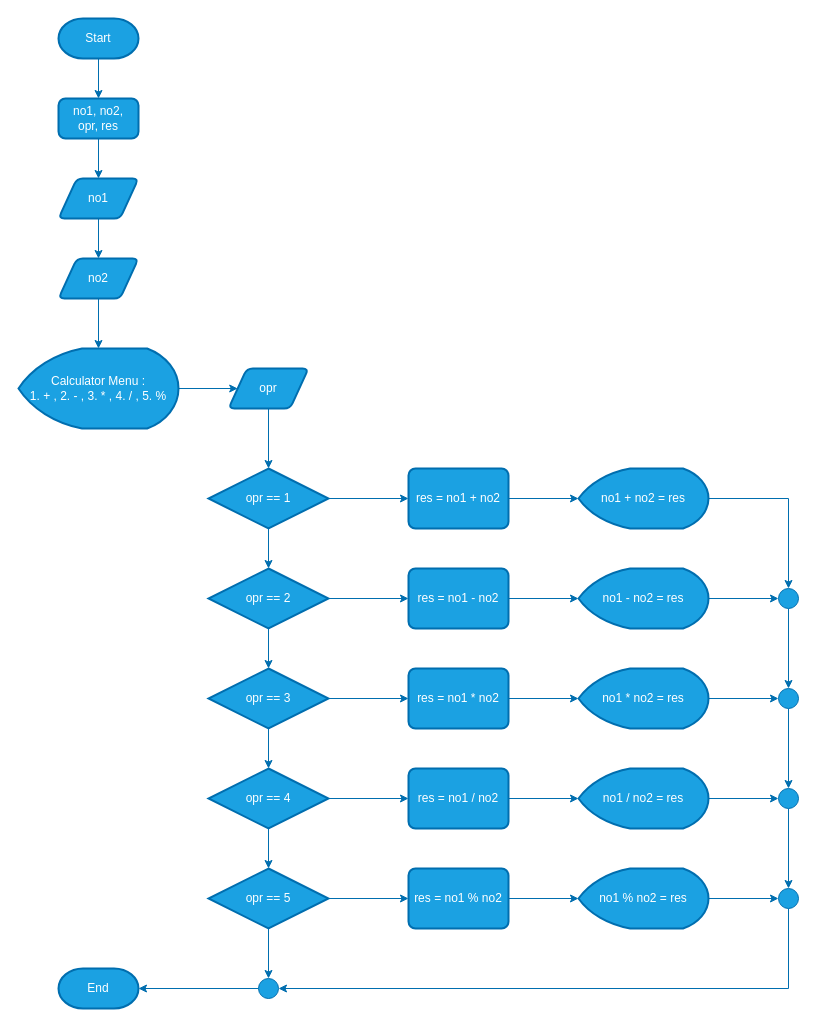
ProfDetermined/uni-works keeps this draw.io diagram as page "Page-2" (2 of 3) of assign01.drawio. Above is the earlier version. Source tidied: cells renumbered, new cells numbered last; positions are measured from the earlier drawing's top-left corner, leaving out a move shared by most shapes. Both pictures are drawn from the tidied source at 100%, with x=0, y=0 at pixel (18, 18).
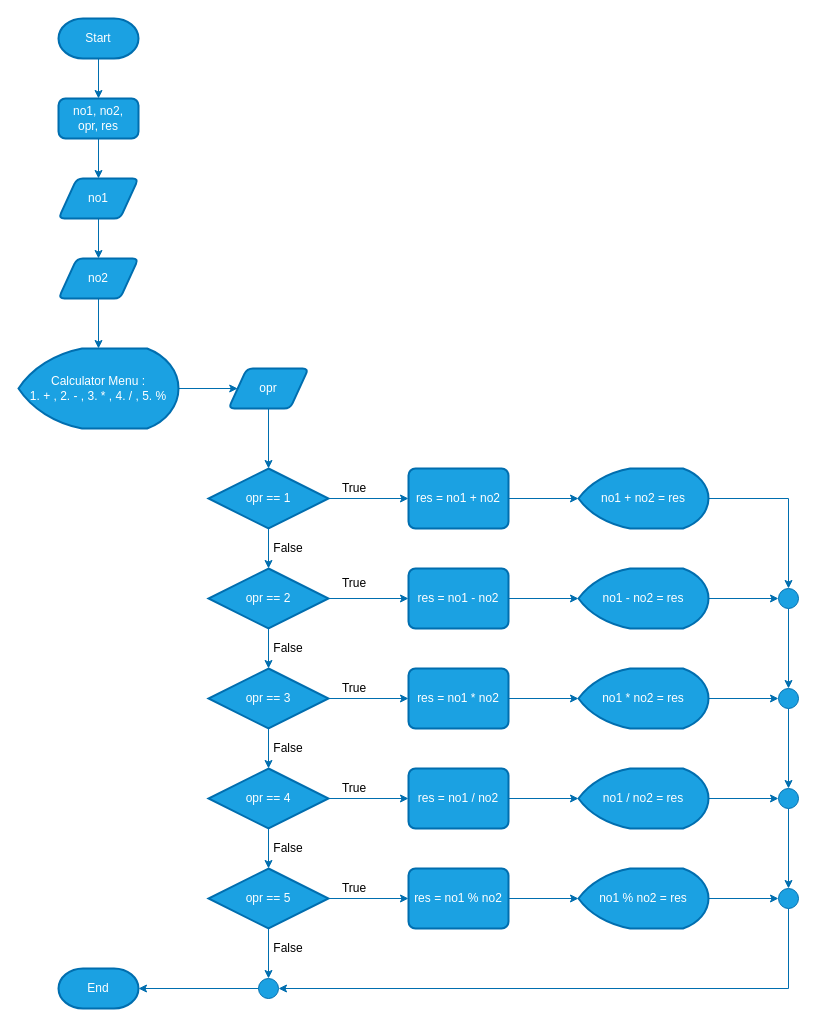
Above is the later version.

What changed in the source:
```diff
@@
+    <mxCell id="60" value="True" style="text;html=1;strokeColor=none;fillColor=none;align=center;verticalAlign=middle;whiteSpace=wrap;rounded=0;" parent="1" vertex="1">
+      <mxGeometry x="316" y="460" width="40" height="20" as="geometry" />
+    </mxCell>
+    <mxCell id="61" value="True" style="text;html=1;strokeColor=none;fillColor=none;align=center;verticalAlign=middle;whiteSpace=wrap;rounded=0;" parent="1" vertex="1">
+      <mxGeometry x="316" y="555" width="40" height="20" as="geometry" />
+    </mxCell>
+    <mxCell id="62" value="True" style="text;html=1;strokeColor=none;fillColor=none;align=center;verticalAlign=middle;whiteSpace=wrap;rounded=0;" parent="1" vertex="1">
+      <mxGeometry x="316" y="660" width="40" height="20" as="geometry" />
+    </mxCell>
+    <mxCell id="63" value="True" style="text;html=1;strokeColor=none;fillColor=none;align=center;verticalAlign=middle;whiteSpace=wrap;rounded=0;" parent="1" vertex="1">
+      <mxGeometry x="316" y="760" width="40" height="20" as="geometry" />
+    </mxCell>
+    <mxCell id="64" value="True" style="text;html=1;strokeColor=none;fillColor=none;align=center;verticalAlign=middle;whiteSpace=wrap;rounded=0;" parent="1" vertex="1">
+      <mxGeometry x="316" y="860" width="40" height="20" as="geometry" />
+    </mxCell>
+    <mxCell id="65" value="False" style="text;html=1;strokeColor=none;fillColor=none;align=center;verticalAlign=middle;whiteSpace=wrap;rounded=0;" parent="1" vertex="1">
+      <mxGeometry x="250" y="520" width="40" height="20" as="geometry" />
+    </mxCell>
+    <mxCell id="66" value="False" style="text;html=1;strokeColor=none;fillColor=none;align=center;verticalAlign=middle;whiteSpace=wrap;rounded=0;" parent="1" vertex="1">
+      <mxGeometry x="250" y="620" width="40" height="20" as="geometry" />
+    </mxCell>
+    <mxCell id="67" value="False" style="text;html=1;strokeColor=none;fillColor=none;align=center;verticalAlign=middle;whiteSpace=wrap;rounded=0;" parent="1" vertex="1">
+      <mxGeometry x="250" y="720" width="40" height="20" as="geometry" />
+    </mxCell>
+    <mxCell id="68" value="False" style="text;html=1;strokeColor=none;fillColor=none;align=center;verticalAlign=middle;whiteSpace=wrap;rounded=0;" parent="1" vertex="1">
+      <mxGeometry x="250" y="820" width="40" height="20" as="geometry" />
+    </mxCell>
+    <mxCell id="69" value="False" style="text;html=1;strokeColor=none;fillColor=none;align=center;verticalAlign=middle;whiteSpace=wrap;rounded=0;" parent="1" vertex="1">
+      <mxGeometry x="250" y="920" width="40" height="20" as="geometry" />
+    </mxCell>
```
